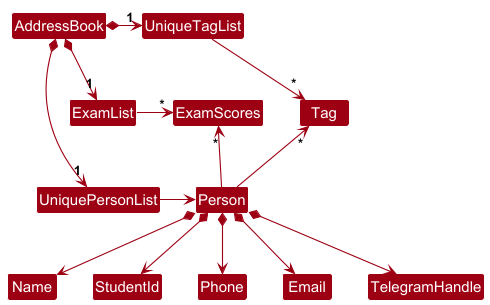
Above: docs/images/BetterModelClassDiagram.png in yoyongxuan/tp (PlantUML), before the change. Source of this version:
```plantuml
@startuml
!include style.puml
skinparam arrowThickness 1.1
skinparam arrowColor MODEL_COLOR
skinparam classBackgroundColor MODEL_COLOR

AddressBook *-right-> "1" UniquePersonList
AddressBook *-right-> "1" UniqueTagList
AddressBook *-right-> "1" ExamList
UniqueTagList -[hidden]down- ExamList
ExamList -[hidden]down- UniquePersonList

UniqueTagList -right-> "*" Tag
ExamList -right-> "*" ExamScores
UniquePersonList -right-> Person

Person -up-> "*" Tag
Person -up-> "*" ExamScores

Person *--> Name
Person *--> StudentId
Person *--> Phone
Person *--> Email
Person *--> TelegramHandle
@enduml
```
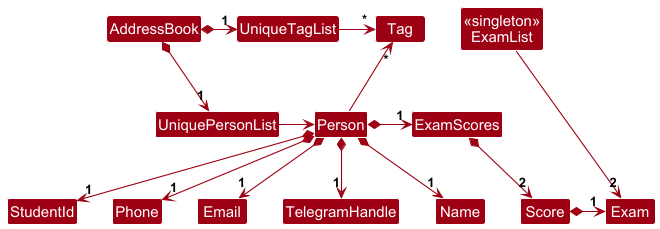
The same file after the commit.

Commit message:
Update UML diagrams to include ExamList

Diff of the diagram source:
```diff
@@ -4,22 +4,29 @@
 skinparam arrowColor MODEL_COLOR
 skinparam classBackgroundColor MODEL_COLOR
 
+Class "<<singleton>>\nExamList" as ExamList
+
 AddressBook *-right-> "1" UniquePersonList
 AddressBook *-right-> "1" UniqueTagList
-AddressBook *-right-> "1" ExamList
-UniqueTagList -[hidden]down- ExamList
+
 ExamList -[hidden]down- UniquePersonList
 
 UniqueTagList -right-> "*" Tag
-ExamList -right-> "*" ExamScores
+ExamList  -down-> "2" Exam
+
+Tag -[hidden]right- ExamList
+
+
 UniquePersonList -right-> Person
 
 Person -up-> "*" Tag
-Person -up-> "*" ExamScores
+Person *-right-> "1" ExamScores
+ExamScores *--> "2" Score
+Score *-right-> "1" Exam
 
-Person *--> Name
-Person *--> StudentId
-Person *--> Phone
-Person *--> Email
-Person *--> TelegramHandle
+Person *--> "1" Name
+Person *--> "1" StudentId
+Person *--> "1" Phone
+Person *--> "1" Email
+Person *--> "1" TelegramHandle
 @enduml
```
